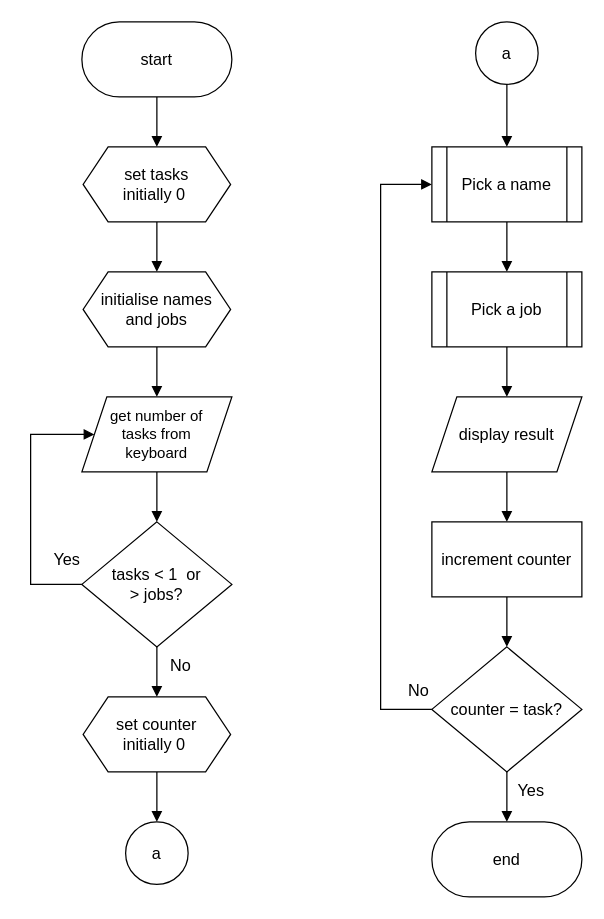
This is page "fc" (1 of 2) of n5/N5-SDD-Task-Picker/assets/N5 SDD Task Picker.drawio from MrFriendCS/MrFriendCS.github.io, a draw.io file, before an edit. Source tidied: cells renumbered, new cells numbered last; positions are measured from the earlier drawing's top-left corner, leaving out a move shared by most shapes. Both pictures are drawn from the tidied source at 125%, with x=0, y=0 at pixel (30, 21).
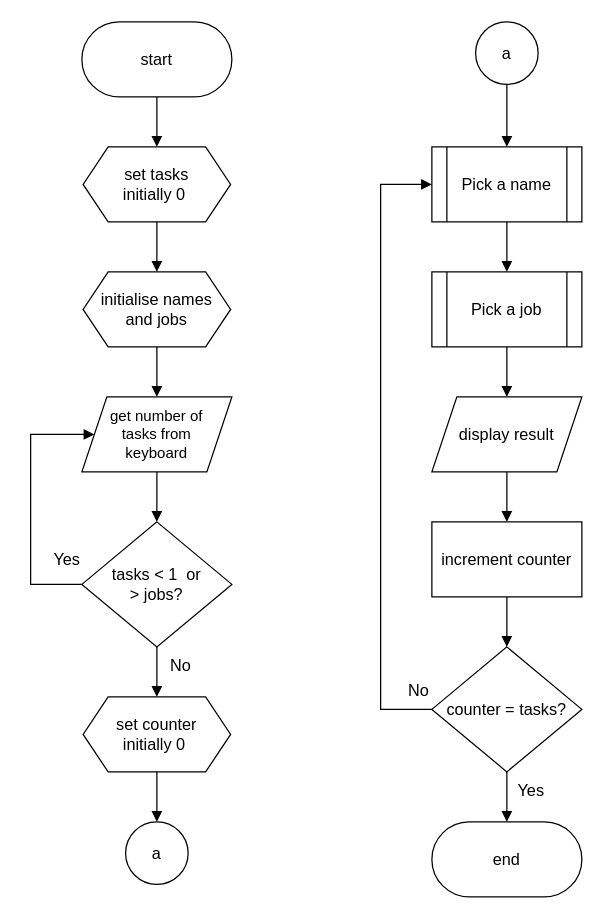
The same diagram, later.

The edit, as a diff of the source:
```diff
@@
-    <mxCell id="4" value="&lt;div style=&quot;font-size: 13px;&quot;&gt;counter = task?&lt;/div&gt;" style="rhombus;whiteSpace=wrap;html=1;fontFamily=Helvetica;fontSize=13;fontColor=default;labelBackgroundColor=default;" parent="1" vertex="1">
+    <mxCell id="4" value="&lt;div style=&quot;font-size: 13px;&quot;&gt;counter = tasks?&lt;/div&gt;" style="rhombus;whiteSpace=wrap;html=1;fontFamily=Helvetica;fontSize=13;fontColor=default;labelBackgroundColor=default;" parent="1" vertex="1">
       <mxGeometry x="321" y="500" width="120" height="100" as="geometry" />
     </mxCell>
```
